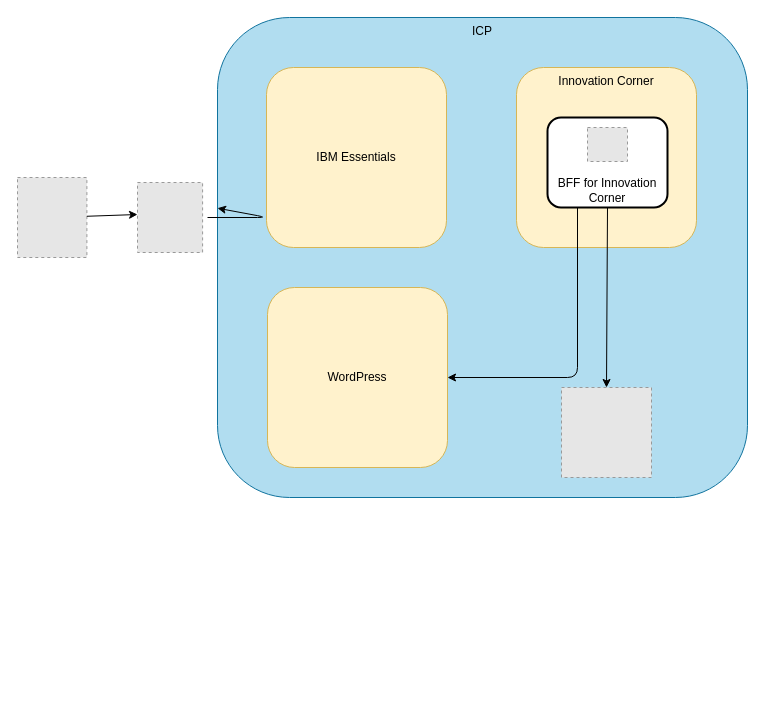
This is Innovation Corner.drawio from bhagyaravi98/drawings, a draw.io file, before an edit. Source tidied: cells renumbered, new cells numbered last; positions are measured from the earlier drawing's top-left corner, leaving out a move shared by most shapes. Both pictures are drawn from the tidied source at 100%, with x=0, y=0 at pixel (17, 17). Pictures stored in the file or linked from it are replaced by grey dashed boxes.
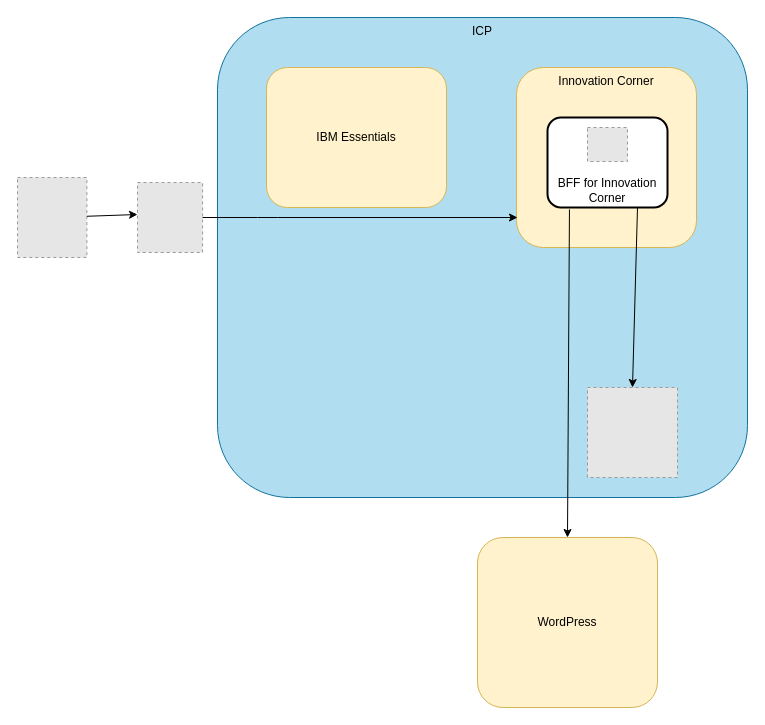
Above is the later version.

The edit, as a diff of the source:
```diff
@@
 <mxGraphModel>
   <root>
     <mxCell id="0" />
     <mxCell id="1" parent="0" />
     <mxCell id="2" value="ICP" style="rounded=1;whiteSpace=wrap;html=1;verticalAlign=top;fillColor=#b1ddf0;strokeColor=#10739e;" parent="1" vertex="1">
       <mxGeometry x="200" width="530" height="480" as="geometry" />
     </mxCell>
     <mxCell id="3" value="Innovation Corner" style="rounded=1;whiteSpace=wrap;html=1;verticalAlign=top;fillColor=#fff2cc;strokeColor=#d6b656;" parent="1" vertex="1">
       <mxGeometry x="499" y="50" width="180" height="180" as="geometry" />
     </mxCell>
     <mxCell id="4" value="IBM Essentials" style="rounded=1;whiteSpace=wrap;html=1;verticalAlign=middle;fillColor=#fff2cc;strokeColor=#d6b656;" parent="1" vertex="1">
-      <mxGeometry x="249" y="50" width="180" height="180" as="geometry" />
+      <mxGeometry x="249" y="50" width="180" height="140" as="geometry" />
     </mxCell>
     <mxCell id="5" value="WordPress" style="rounded=1;whiteSpace=wrap;html=1;verticalAlign=middle;fillColor=#fff2cc;strokeColor=#d6b656;" parent="1" vertex="1">
-      <mxGeometry x="250" y="270" width="180" height="180" as="geometry" />
+      <mxGeometry x="460" y="520" width="180" height="170" as="geometry" />
     </mxCell>
     <mxCell id="6" style="fillColor=#E6E6E6;strokeColor=#999999;dashed=1;verticalLabelPosition=bottom;verticalAlign=top;" parent="1" vertex="1">
-      <mxGeometry x="544" y="370" width="90" height="90" as="geometry" />
+      <mxGeometry x="570" y="370" width="90" height="90" as="geometry" />
     </mxCell>
-    <mxCell id="7" style="endArrow=classic;html=1;entryX=0.5;entryY=0;entryDx=0;entryDy=0;exitX=0.5;exitY=1;exitDx=0;exitDy=0;" parent="1" edge="1" source="10" target="6">
+    <mxCell id="7" style="endArrow=classic;html=1;entryX=0.5;entryY=0;entryDx=0;entryDy=0;exitX=0.75;exitY=1;exitDx=0;exitDy=0;" parent="1" edge="1" source="10" target="6">
       <mxGeometry relative="1" as="geometry" />
     </mxCell>
-    <mxCell id="8" style="endArrow=classic;html=1;entryX=1;entryY=0.5;entryDx=0;entryDy=0;exitX=0.25;exitY=1;exitDx=0;exitDy=0;" parent="1" edge="1" source="10" target="5">
-      <mxGeometry relative="1" as="geometry">
-        <Array as="points">
-          <mxPoint x="560" y="360" />
-        </Array>
-      </mxGeometry>
+    <mxCell id="8" style="endArrow=classic;html=1;entryX=0.5;entryY=0;entryDx=0;entryDy=0;exitX=0.183;exitY=1.022;exitDx=0;exitDy=0;exitPerimeter=0;" parent="1" edge="1" source="10" target="5">
+      <mxGeometry relative="1" as="geometry" />
     </mxCell>
-    <mxCell id="9" style="group;" parent="1" vertex="1">
-      <mxGeometry x="530" y="100" width="120" height="90" as="geometry" />
-    </mxCell>
-    <mxCell id="10" value="BFF for Innovation Corner" style="rounded=1;whiteSpace=wrap;html=1;strokeWidth=2;verticalAlign=bottom;" parent="9" vertex="1">
-      <mxGeometry width="120" height="90" as="geometry" />
-    </mxCell>
-    <mxCell id="11" style="fillColor=#E6E6E6;strokeColor=#999999;dashed=1;verticalLabelPosition=bottom;verticalAlign=top;" parent="9" vertex="1">
-      <mxGeometry x="40" y="10" width="40" height="34" as="geometry" />
-    </mxCell>
     <mxCell id="12" style="fillColor=#E6E6E6;strokeColor=#999999;dashed=1;verticalLabelPosition=bottom;verticalAlign=top;" parent="1" vertex="1">
       <mxGeometry y="160" width="69.4" height="80" as="geometry" />
     </mxCell>
     <mxCell id="13" style="fillColor=#E6E6E6;strokeColor=#999999;dashed=1;verticalLabelPosition=bottom;verticalAlign=top;" parent="1" vertex="1">
       <mxGeometry x="120" y="165" width="65.1" height="70" as="geometry" />
     </mxCell>
     <mxCell id="14" style="endArrow=classic;html=1;" parent="1" edge="1" source="12">
       <mxGeometry relative="1" as="geometry">
         <mxPoint x="120" y="197" as="targetPoint" />
       </mxGeometry>
     </mxCell>
-    <mxCell id="15" style="endArrow=classic;html=1;" parent="1" edge="1" target="2">
+    <mxCell id="15" style="endArrow=classic;html=1;exitX=1;exitY=0.5;exitDx=0;exitDy=0;" parent="1" edge="1" source="13">
       <mxGeometry relative="1" as="geometry">
-        <mxPoint x="190" y="200" as="sourcePoint" />
+        <mxPoint x="500" y="200" as="targetPoint" />
         <Array as="points">
           <mxPoint x="250" y="200" />
         </Array>
       </mxGeometry>
     </mxCell>
+    <mxCell id="10" value="BFF for Innovation Corner" style="rounded=1;whiteSpace=wrap;html=1;strokeWidth=2;verticalAlign=bottom;" parent="1" vertex="1">
+      <mxGeometry x="530" y="100" width="120" height="90" as="geometry" />
+    </mxCell>
+    <mxCell id="11" style="fillColor=#E6E6E6;strokeColor=#999999;dashed=1;verticalLabelPosition=bottom;verticalAlign=top;" parent="1" vertex="1">
+      <mxGeometry x="570" y="110" width="40" height="34" as="geometry" />
+    </mxCell>
   </root>
 </mxGraphModel>
```
